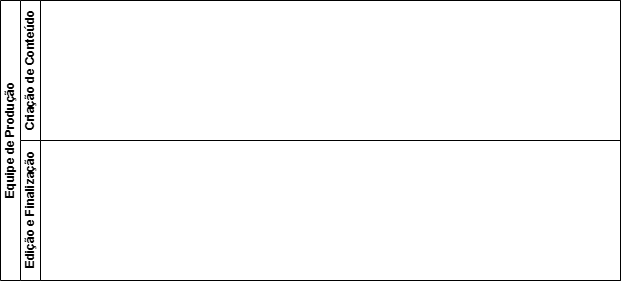
Earlier version of the draw.io export Diagrama 2.0.drawio.png (Andynlx01/fluxograma.aprensa-o). Source tidied: cells renumbered, new cells last; positions are measured from the earlier drawing's top-left corner, leaving out a move shared by most shapes.
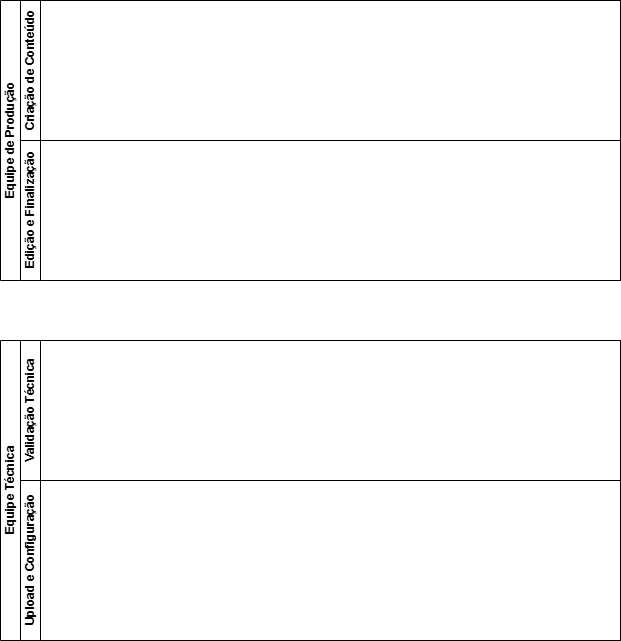
Above is the later version.

Change to the diagram source:
```diff
@@ -11,5 +11,14 @@
     <mxCell id="4" value="Edição e Finalização" style="swimlane;startSize=20;horizontal=0;html=1;" parent="2" vertex="1">
       <mxGeometry x="20" y="140" width="600" height="140" as="geometry" />
     </mxCell>
+    <mxCell id="5" value="Equipe Técnica" style="swimlane;horizontal=0;startSize=20;html=1;" parent="1" vertex="1">
+      <mxGeometry y="340" width="620" height="300" as="geometry" />
+    </mxCell>
+    <mxCell id="6" value="Validação Técnica" style="swimlane;startSize=20;horizontal=0;html=1;" parent="5" vertex="1">
+      <mxGeometry x="20" width="600" height="140" as="geometry" />
+    </mxCell>
+    <mxCell id="7" value="Upload e Configuração" style="swimlane;startSize=20;horizontal=0;html=1;" parent="5" vertex="1">
+      <mxGeometry x="20" y="140" width="600" height="160" as="geometry" />
+    </mxCell>
   </root>
 </mxGraphModel>
```
